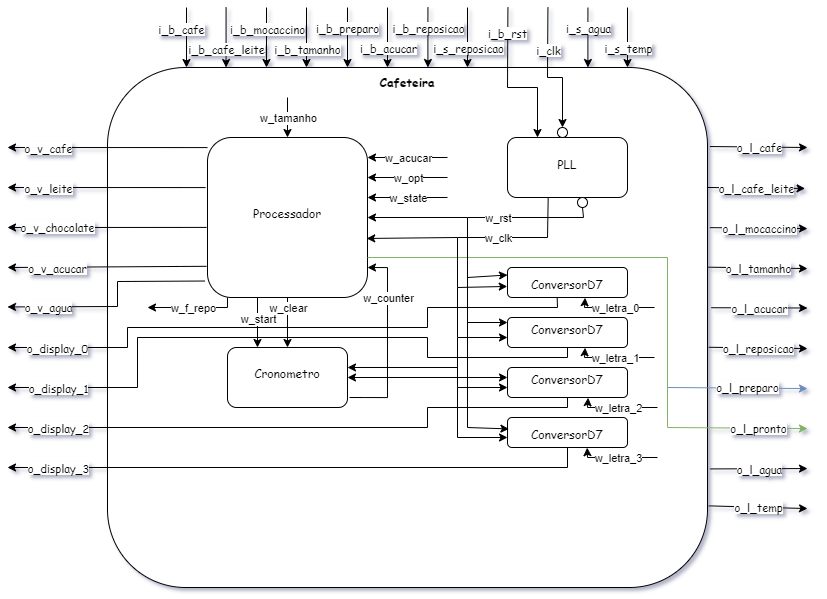
ProjetosAulaUFSC/Cafeteira keeps this draw.io diagram as DiagramaCafeteira.png. Above is the earlier version. Source tidied: cells renumbered, new cells last; positions are measured from the earlier drawing's top-left corner, leaving out a move shared by most shapes.
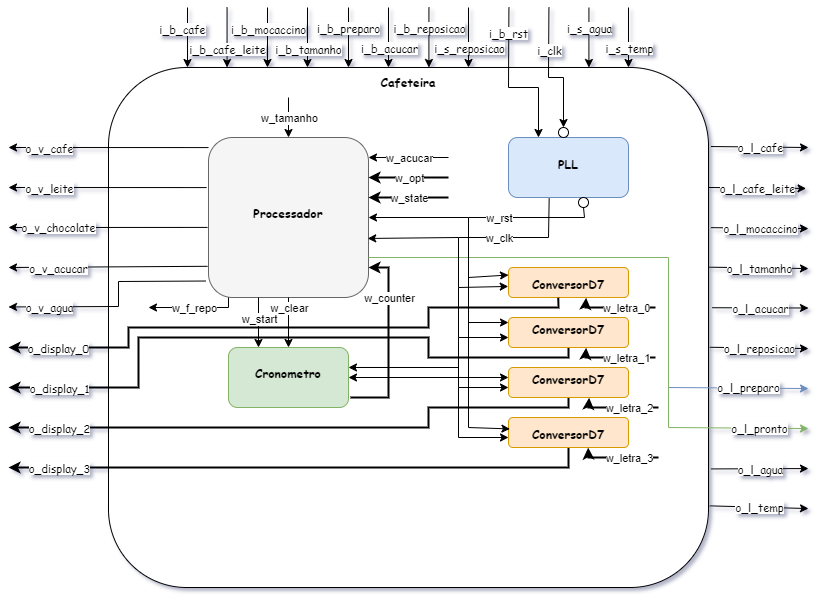
Later version of the same file.

The edit, as a diff of the source:
```diff
@@ -8,28 +8,28 @@
     <mxCell id="3" value="&lt;b&gt;Cafeteira&lt;/b&gt;" style="text;html=1;strokeColor=none;fillColor=none;align=center;verticalAlign=middle;whiteSpace=wrap;rounded=0;fontFamily=Comic Sans MS;" parent="1" vertex="1">
       <mxGeometry x="370" y="60" width="60" height="30" as="geometry" />
     </mxCell>
-    <mxCell id="4" style="rounded=1;whiteSpace=wrap;html=1;fontFamily=Comic Sans MS;" parent="1" vertex="1">
+    <mxCell id="4" style="rounded=1;whiteSpace=wrap;html=1;fontFamily=Comic Sans MS;fillColor=#d5e8d4;strokeColor=#82b366;" parent="1" vertex="1">
       <mxGeometry x="220" y="340" width="120" height="60" as="geometry" />
     </mxCell>
-    <mxCell id="5" value="&lt;span style=&quot;line-height: 0;&quot;&gt;Cronometro&lt;/span&gt;" style="text;html=1;strokeColor=none;fillColor=none;align=center;verticalAlign=middle;whiteSpace=wrap;rounded=0;fontFamily=Comic Sans MS;spacingTop=2;" parent="1" vertex="1">
+    <mxCell id="5" value="&lt;span style=&quot;line-height: 0;&quot;&gt;Cronometro&lt;/span&gt;" style="text;html=1;strokeColor=none;fillColor=none;align=center;verticalAlign=middle;whiteSpace=wrap;rounded=0;fontFamily=Comic Sans MS;spacingTop=2;fontStyle=1;" parent="1" vertex="1">
       <mxGeometry x="250" y="350" width="60" height="30" as="geometry" />
     </mxCell>
-    <mxCell id="6" style="rounded=1;whiteSpace=wrap;html=1;fontFamily=Comic Sans MS;" parent="1" vertex="1">
+    <mxCell id="6" style="rounded=1;whiteSpace=wrap;html=1;fontFamily=Comic Sans MS;fillColor=#ffe6cc;strokeColor=#d79b00;" parent="1" vertex="1">
       <mxGeometry x="500" y="260" width="120" height="30" as="geometry" />
     </mxCell>
-    <mxCell id="7" value="&lt;p style=&quot;line-height: 0;&quot;&gt;ConversorD7&lt;br&gt;&lt;/p&gt;" style="text;html=1;strokeColor=none;fillColor=none;align=center;verticalAlign=middle;whiteSpace=wrap;rounded=0;fontFamily=Comic Sans MS;spacingTop=2;" parent="1" vertex="1">
+    <mxCell id="7" value="&lt;p style=&quot;line-height: 0;&quot;&gt;ConversorD7&lt;br&gt;&lt;/p&gt;" style="text;html=1;strokeColor=none;fillColor=none;align=center;verticalAlign=middle;whiteSpace=wrap;rounded=0;fontFamily=Comic Sans MS;spacingTop=2;fontStyle=1;" parent="1" vertex="1">
       <mxGeometry x="530" y="260" width="60" height="30" as="geometry" />
     </mxCell>
-    <mxCell id="8" style="rounded=1;whiteSpace=wrap;html=1;fontFamily=Comic Sans MS;" parent="1" vertex="1">
+    <mxCell id="8" style="rounded=1;whiteSpace=wrap;html=1;fontFamily=Comic Sans MS;fillColor=#f5f5f5;fontColor=#333333;strokeColor=#666666;" parent="1" vertex="1">
       <mxGeometry x="200" y="130" width="160" height="160" as="geometry" />
     </mxCell>
-    <mxCell id="9" value="Processador" style="text;html=1;strokeColor=none;fillColor=none;align=center;verticalAlign=middle;whiteSpace=wrap;rounded=0;fontFamily=Comic Sans MS;spacingTop=2;" parent="1" vertex="1">
+    <mxCell id="9" value="Processador" style="text;html=1;strokeColor=none;fillColor=none;align=center;verticalAlign=middle;whiteSpace=wrap;rounded=0;fontFamily=Comic Sans MS;spacingTop=2;fontStyle=1;" parent="1" vertex="1">
       <mxGeometry x="250" y="190" width="60" height="30" as="geometry" />
     </mxCell>
-    <mxCell id="10" style="rounded=1;whiteSpace=wrap;html=1;fontFamily=Comic Sans MS;" parent="1" vertex="1">
+    <mxCell id="10" style="rounded=1;whiteSpace=wrap;html=1;fontFamily=Comic Sans MS;fillColor=#dae8fc;strokeColor=#6c8ebf;" parent="1" vertex="1">
       <mxGeometry x="500" y="130" width="120" height="60" as="geometry" />
     </mxCell>
-    <mxCell id="11" value="&lt;p style=&quot;line-height: 0;&quot;&gt;PLL&lt;/p&gt;" style="text;html=1;strokeColor=none;fillColor=none;align=center;verticalAlign=middle;whiteSpace=wrap;rounded=0;fontFamily=Comic Sans MS;spacingTop=2;" parent="1" vertex="1">
+    <mxCell id="11" value="&lt;p style=&quot;line-height: 0;&quot;&gt;PLL&lt;/p&gt;" style="text;html=1;strokeColor=none;fillColor=none;align=center;verticalAlign=middle;whiteSpace=wrap;rounded=0;fontFamily=Comic Sans MS;spacingTop=2;fontStyle=1;" parent="1" vertex="1">
       <mxGeometry x="530" y="140" width="60" height="30" as="geometry" />
     </mxCell>
     <mxCell id="12" style="endArrow=classic;html=1;rounded=0;fontFamily=Comic Sans MS;" parent="1" edge="1">
@@ -312,7 +312,7 @@
         <mxPoint x="-70" y="2" as="offset" />
       </mxGeometry>
     </mxCell>
-    <mxCell id="64" style="endArrow=classic;html=1;rounded=0;fontFamily=Comic Sans MS;exitX=0.414;exitY=1.009;exitDx=0;exitDy=0;exitPerimeter=0;" parent="1" edge="1" source="6">
+    <mxCell id="64" style="endArrow=classic;html=1;fontFamily=Comic Sans MS;exitX=0.414;exitY=1.009;exitDx=0;exitDy=0;exitPerimeter=0;rounded=0;jumpSize=6;strokeWidth=2;" parent="1" edge="1" source="6">
       <mxGeometry relative="1" as="geometry">
         <mxPoint y="340" as="targetPoint" />
         <Array as="points">
@@ -329,7 +329,7 @@
         <mxPoint x="-230" y="20" as="offset" />
       </mxGeometry>
     </mxCell>
-    <mxCell id="66" style="endArrow=classic;html=1;rounded=0;fontFamily=Comic Sans MS;exitX=0.5;exitY=1;exitDx=0;exitDy=0;" parent="1" edge="1" source="78">
+    <mxCell id="66" style="endArrow=classic;html=1;rounded=0;fontFamily=Comic Sans MS;exitX=0.5;exitY=1;exitDx=0;exitDy=0;strokeWidth=2;" parent="1" edge="1" source="78">
       <mxGeometry relative="1" as="geometry">
         <mxPoint y="380" as="targetPoint" />
         <Array as="points">
@@ -346,7 +346,7 @@
         <mxPoint x="-220" y="50" as="offset" />
       </mxGeometry>
     </mxCell>
-    <mxCell id="68" style="endArrow=classic;html=1;rounded=0;fontFamily=Comic Sans MS;exitX=0.5;exitY=1;exitDx=0;exitDy=0;" parent="1" edge="1" source="79">
+    <mxCell id="68" style="endArrow=classic;html=1;rounded=0;fontFamily=Comic Sans MS;exitX=0.5;exitY=1;exitDx=0;exitDy=0;strokeWidth=2;" parent="1" edge="1" source="79">
       <mxGeometry relative="1" as="geometry">
         <mxPoint y="420" as="targetPoint" />
         <Array as="points">
@@ -361,7 +361,7 @@
         <mxPoint x="-245" as="offset" />
       </mxGeometry>
     </mxCell>
-    <mxCell id="70" style="endArrow=classic;html=1;rounded=0;fontFamily=Comic Sans MS;exitX=0.5;exitY=1;exitDx=0;exitDy=0;" parent="1" edge="1" source="80">
+    <mxCell id="70" style="endArrow=classic;html=1;rounded=0;fontFamily=Comic Sans MS;exitX=0.5;exitY=1;exitDx=0;exitDy=0;strokeWidth=2;" parent="1" edge="1" source="80">
       <mxGeometry relative="1" as="geometry">
         <mxPoint y="460" as="targetPoint" />
         <Array as="points">
@@ -408,22 +408,22 @@
     <mxCell id="77" style="ellipse;whiteSpace=wrap;html=1;rounded=1;shadow=0;glass=0;sketch=0;" parent="1" vertex="1">
       <mxGeometry x="570" y="190" width="10" height="10" as="geometry" />
     </mxCell>
-    <mxCell id="78" style="rounded=1;whiteSpace=wrap;html=1;fontFamily=Comic Sans MS;" parent="1" vertex="1">
+    <mxCell id="78" style="rounded=1;whiteSpace=wrap;html=1;fontFamily=Comic Sans MS;fillColor=#ffe6cc;strokeColor=#d79b00;" parent="1" vertex="1">
       <mxGeometry x="500" y="310" width="120" height="30" as="geometry" />
     </mxCell>
-    <mxCell id="79" style="rounded=1;whiteSpace=wrap;html=1;fontFamily=Comic Sans MS;" parent="1" vertex="1">
+    <mxCell id="79" style="rounded=1;whiteSpace=wrap;html=1;fontFamily=Comic Sans MS;fillColor=#ffe6cc;strokeColor=#d79b00;" parent="1" vertex="1">
       <mxGeometry x="500" y="360" width="120" height="30" as="geometry" />
     </mxCell>
-    <mxCell id="80" style="rounded=1;whiteSpace=wrap;html=1;fontFamily=Comic Sans MS;" parent="1" vertex="1">
+    <mxCell id="80" style="rounded=1;whiteSpace=wrap;html=1;fontFamily=Comic Sans MS;fillColor=#ffe6cc;strokeColor=#d79b00;" parent="1" vertex="1">
       <mxGeometry x="500" y="410" width="120" height="30" as="geometry" />
     </mxCell>
-    <mxCell id="81" value="&lt;p style=&quot;line-height: 0;&quot;&gt;ConversorD7&lt;br&gt;&lt;/p&gt;" style="text;html=1;strokeColor=none;fillColor=none;align=center;verticalAlign=middle;whiteSpace=wrap;rounded=0;fontFamily=Comic Sans MS;spacingTop=2;" parent="1" vertex="1">
+    <mxCell id="81" value="&lt;p style=&quot;line-height: 0;&quot;&gt;ConversorD7&lt;br&gt;&lt;/p&gt;" style="text;html=1;strokeColor=none;fillColor=none;align=center;verticalAlign=middle;whiteSpace=wrap;rounded=0;fontFamily=Comic Sans MS;spacingTop=2;fontStyle=1;" parent="1" vertex="1">
       <mxGeometry x="530" y="305" width="60" height="30" as="geometry" />
     </mxCell>
-    <mxCell id="82" value="&lt;p style=&quot;line-height: 0;&quot;&gt;ConversorD7&lt;br&gt;&lt;/p&gt;" style="text;html=1;strokeColor=none;fillColor=none;align=center;verticalAlign=middle;whiteSpace=wrap;rounded=0;fontFamily=Comic Sans MS;spacingTop=2;" parent="1" vertex="1">
+    <mxCell id="82" value="&lt;p style=&quot;line-height: 0;&quot;&gt;ConversorD7&lt;br&gt;&lt;/p&gt;" style="text;html=1;strokeColor=none;fillColor=none;align=center;verticalAlign=middle;whiteSpace=wrap;rounded=0;fontFamily=Comic Sans MS;spacingTop=2;fontStyle=1;" parent="1" vertex="1">
       <mxGeometry x="530" y="355" width="60" height="30" as="geometry" />
     </mxCell>
-    <mxCell id="83" value="&lt;p style=&quot;line-height: 0;&quot;&gt;ConversorD7&lt;br&gt;&lt;/p&gt;" style="text;html=1;strokeColor=none;fillColor=none;align=center;verticalAlign=middle;whiteSpace=wrap;rounded=0;fontFamily=Comic Sans MS;spacingTop=2;" parent="1" vertex="1">
+    <mxCell id="83" value="&lt;p style=&quot;line-height: 0;&quot;&gt;ConversorD7&lt;br&gt;&lt;/p&gt;" style="text;html=1;strokeColor=none;fillColor=none;align=center;verticalAlign=middle;whiteSpace=wrap;rounded=0;fontFamily=Comic Sans MS;spacingTop=2;fontStyle=1;" parent="1" vertex="1">
       <mxGeometry x="530" y="410" width="60" height="30" as="geometry" />
     </mxCell>
     <mxCell id="84" style="endArrow=classic;html=1;rounded=0;" parent="1" edge="1">
@@ -477,7 +477,7 @@
         </Array>
       </mxGeometry>
     </mxCell>
-    <mxCell id="90" style="endArrow=classic;html=1;rounded=0;entryX=0.664;entryY=1.006;entryDx=0;entryDy=0;entryPerimeter=0;" parent="1" edge="1" target="80">
+    <mxCell id="90" style="endArrow=classic;html=1;rounded=0;entryX=0.664;entryY=1.006;entryDx=0;entryDy=0;entryPerimeter=0;strokeWidth=2;" parent="1" edge="1" target="80">
       <mxGeometry relative="1" as="geometry">
         <mxPoint x="650" y="450" as="sourcePoint" />
         <Array as="points">
@@ -486,9 +486,11 @@
       </mxGeometry>
     </mxCell>
     <mxCell id="91" value="w_letra_3" style="edgeLabel;html=1;align=center;verticalAlign=middle;rounded=1;shadow=0;glass=0;sketch=0;" parent="90" vertex="1">
-      <mxGeometry relative="1" as="geometry" />
+      <mxGeometry relative="1" as="geometry">
+        <mxPoint x="10" as="offset" />
+      </mxGeometry>
     </mxCell>
-    <mxCell id="92" style="endArrow=classic;html=1;rounded=0;entryX=0.672;entryY=1.009;entryDx=0;entryDy=0;entryPerimeter=0;" parent="1" edge="1" target="79">
+    <mxCell id="92" style="endArrow=classic;html=1;rounded=0;entryX=0.672;entryY=1.009;entryDx=0;entryDy=0;entryPerimeter=0;strokeWidth=2;" parent="1" edge="1" target="79">
       <mxGeometry relative="1" as="geometry">
         <mxPoint x="650" y="400" as="sourcePoint" />
         <Array as="points">
@@ -497,9 +499,11 @@
       </mxGeometry>
     </mxCell>
     <mxCell id="93" value="w_letra_2" style="edgeLabel;html=1;align=center;verticalAlign=middle;rounded=1;shadow=0;glass=0;sketch=0;" parent="92" vertex="1">
-      <mxGeometry relative="1" as="geometry" />
+      <mxGeometry relative="1" as="geometry">
+        <mxPoint x="10" as="offset" />
+      </mxGeometry>
     </mxCell>
-    <mxCell id="94" style="endArrow=classic;html=1;rounded=0;entryX=0.672;entryY=1.009;entryDx=0;entryDy=0;entryPerimeter=0;" parent="1" edge="1">
+    <mxCell id="94" style="endArrow=classic;html=1;rounded=0;entryX=0.672;entryY=1.009;entryDx=0;entryDy=0;entryPerimeter=0;strokeWidth=2;" parent="1" edge="1">
       <mxGeometry relative="1" as="geometry">
         <mxPoint x="647" y="350" as="sourcePoint" />
         <mxPoint x="577.6" y="340.3" as="targetPoint" />
@@ -509,9 +513,11 @@
       </mxGeometry>
     </mxCell>
     <mxCell id="95" value="w_letra_1" style="edgeLabel;html=1;align=center;verticalAlign=middle;rounded=1;shadow=0;glass=0;sketch=0;" parent="94" vertex="1">
-      <mxGeometry relative="1" as="geometry" />
+      <mxGeometry relative="1" as="geometry">
+        <mxPoint x="10" as="offset" />
+      </mxGeometry>
     </mxCell>
-    <mxCell id="96" style="endArrow=classic;html=1;rounded=0;entryX=0.672;entryY=1.009;entryDx=0;entryDy=0;entryPerimeter=0;" parent="1" edge="1">
+    <mxCell id="96" style="endArrow=classic;html=1;rounded=0;entryX=0.672;entryY=1.009;entryDx=0;entryDy=0;entryPerimeter=0;strokeWidth=2;" parent="1" edge="1">
       <mxGeometry relative="1" as="geometry">
         <mxPoint x="647" y="300" as="sourcePoint" />
         <mxPoint x="577.6" y="290.3" as="targetPoint" />
@@ -520,8 +526,10 @@
         </Array>
       </mxGeometry>
     </mxCell>
-    <mxCell id="97" value="w_letra_0" style="edgeLabel;html=1;align=center;verticalAlign=middle;rounded=1;shadow=0;glass=0;sketch=0;" parent="96" vertex="1">
-      <mxGeometry relative="1" as="geometry" />
+    <mxCell id="97" value="w_letra_0" style="edgeLabel;html=1;align=center;verticalAlign=middle;rounded=1;shadow=0;glass=0;sketch=0;labelBackgroundColor=default;labelBorderColor=none;" parent="96" vertex="1">
+      <mxGeometry relative="1" as="geometry">
+        <mxPoint x="10" as="offset" />
+      </mxGeometry>
     </mxCell>
     <mxCell id="98" style="endArrow=classic;html=1;rounded=0;entryX=1;entryY=0.333;entryDx=0;entryDy=0;entryPerimeter=0;" parent="1" edge="1" target="4">
       <mxGeometry relative="1" as="geometry">
@@ -543,7 +551,7 @@
         <mxPoint x="450" y="230" as="sourcePoint" />
       </mxGeometry>
     </mxCell>
-    <mxCell id="102" style="endArrow=classic;html=1;rounded=0;entryX=1;entryY=0.375;entryDx=0;entryDy=0;entryPerimeter=0;" parent="1" edge="1" target="8">
+    <mxCell id="102" style="endArrow=classic;html=1;rounded=0;entryX=1;entryY=0.375;entryDx=0;entryDy=0;entryPerimeter=0;strokeWidth=2;" parent="1" edge="1" target="8">
       <mxGeometry relative="1" as="geometry">
         <mxPoint x="440" y="190" as="sourcePoint" />
       </mxGeometry>
@@ -551,7 +559,7 @@
     <mxCell id="103" value="w_state" style="edgeLabel;html=1;align=center;verticalAlign=middle;rounded=1;shadow=0;glass=0;sketch=0;" parent="102" vertex="1">
       <mxGeometry relative="1" as="geometry" />
     </mxCell>
-    <mxCell id="104" style="endArrow=classic;html=1;rounded=0;entryX=1;entryY=0.375;entryDx=0;entryDy=0;entryPerimeter=0;" parent="1" edge="1">
+    <mxCell id="104" style="endArrow=classic;html=1;rounded=0;entryX=1;entryY=0.375;entryDx=0;entryDy=0;entryPerimeter=0;strokeWidth=2;" parent="1" edge="1">
       <mxGeometry relative="1" as="geometry">
         <mxPoint x="440" y="170" as="sourcePoint" />
         <mxPoint x="360" y="170" as="targetPoint" />
@@ -569,7 +577,7 @@
     <mxCell id="107" value="w_acucar" style="edgeLabel;html=1;align=center;verticalAlign=middle;rounded=1;shadow=0;glass=0;sketch=0;" parent="106" vertex="1">
       <mxGeometry relative="1" as="geometry" />
     </mxCell>
-    <mxCell id="108" style="endArrow=classic;html=1;rounded=0;entryX=1;entryY=0.812;entryDx=0;entryDy=0;entryPerimeter=0;" parent="1" edge="1">
+    <mxCell id="108" style="endArrow=classic;html=1;rounded=0;entryX=1;entryY=0.812;entryDx=0;entryDy=0;entryPerimeter=0;strokeWidth=2;" parent="1" edge="1">
       <mxGeometry relative="1" as="geometry">
         <mxPoint x="342" y="390" as="sourcePoint" />
         <mxPoint x="360" y="260" as="targetPoint" />
```
